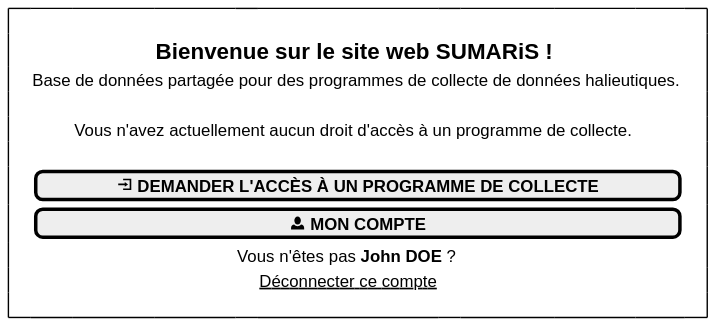
This is projects/common/spe/images/home-splash-no-access-rights.svg from sumaris-net/sumaris-doc, a PlantUML export, as it was before one commit.
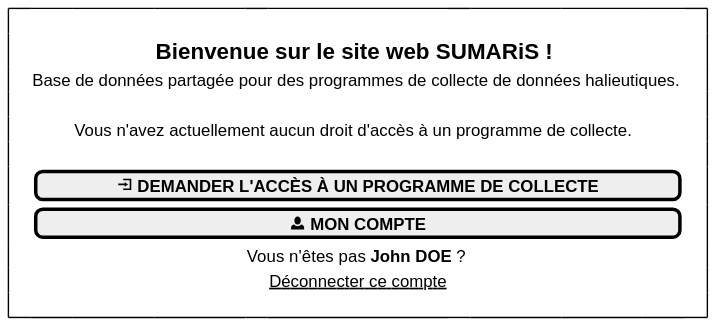
Above is the later version.

The edit, as a diff of the source:
```diff
@@ -1,16 +1,16 @@
 @startsalt
 {
     {+
-        <color:ffffff>++ | . | . | . | . | . | . | . | . | . | <color:ffffff>++
-        . | . | <color:ffffff>++++++++ | <size:16><b>Bienvenue sur le site web SUMARiS ! | * | * | * | * | <color:ffffff>++++++++ | . | .
+        <color:ffffff>++ | <color:ffffff>++++ | <color:ffffff>++++++++ | <color:ffffff>+++++++++ | <color:ffffff>++ | . | <color:ffffff>++ | <color:ffffff>+++++++++ | <color:ffffff>++++++++ | <color:ffffff>++++ | <color:ffffff>++
+        . | . | . | <size:16><b>Bienvenue sur le site web SUMARiS ! | * | * | * | * | . | . | .
         . | Base de données partagée pour des programmes de collecte de données halieutiques. | * | * | * | * | * | * | * | * | .
         . | . | . | . | . | . | . | . | . | . | .
-        . | <color:ffffff>++++ | Vous n'avez actuellement aucun droit d'accès à un programme de collecte. | * | * | * | * | * | * | <color:ffffff>++++ | .
+        . | . | Vous n'avez actuellement aucun droit d'accès à un programme de collecte. | * | * | * | * | * | * | . | .
         . | . | . | . | . | . | . | . | . | . | .
         . | [<b><size:14><&account-login></size> DEMANDER L'ACCÈS À UN PROGRAMME DE COLLECTE           ] | * | * | * | * | * | * | * | * | .
         . | [<b><size:14><&person></size> MON COMPTE                                            ] | * | * | * | * | * | * | * | * | .
-        . | . | . | <color:ffffff>++++++++ | Vous n'êtes pas <b>John DOE</b> ? | * | * | <color:ffffff>+++++++++ | . | . | .
-        . | . | . | . | <color:ffffff>++ | <u>Déconnecter ce compte | <color:ffffff>++ | . | . | . | .
+        . | . | . | . | Vous n'êtes pas <b>John DOE</b> ? | * | * | . | . | . | .
+        . | . | . | . | . | <u>Déconnecter ce compte | . | . | . | . | .
         . | . | . | . | . | . | . | . | . | . | .
     }
 }
```
